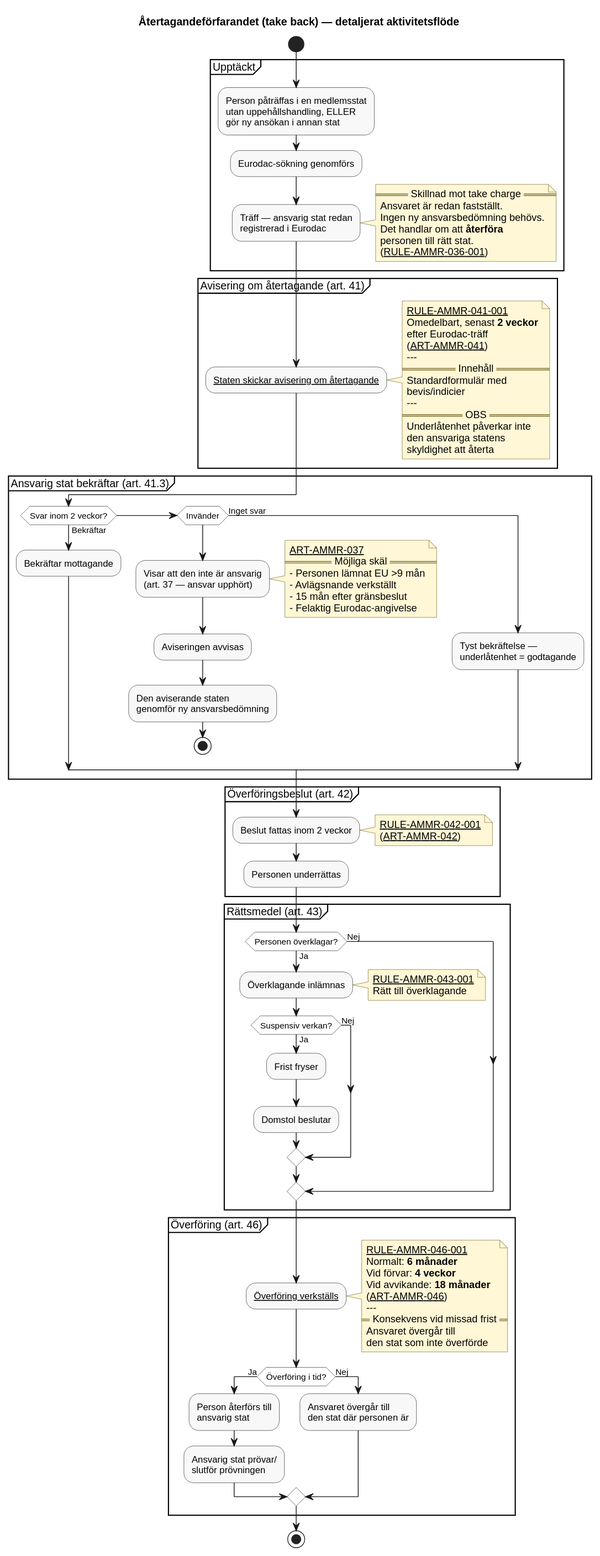
chrhe894/migration_pact keeps this PlantUML diagram as docs/domains/responsibility/diagrams/take-back-procedure.svg. Above is the earlier version. Source of this version:
```plantuml
@startuml
title Återtagandeförfarandet (take back) — detaljerat aktivitetsflöde

skinparam shadowing false
skinparam HyperlinkColor Black
skinparam HyperlinkUnderline true
skinparam defaultFontName Arial
skinparam activity {
  BackgroundColor #F8F8F8
  BorderColor #333333
  DiamondBackgroundColor #FFFFFF
  DiamondBorderColor #333333
}
skinparam note {
  BackgroundColor #FFF7D6
  BorderColor #7A6A2A
}

start

partition "Upptäckt" {
  :Person påträffas i en medlemsstat
  utan uppehållshandling, ELLER
  gör ny ansökan i annan stat;
  :Eurodac-sökning genomförs;
  :Träff — ansvarig stat redan
  registrerad i Eurodac;
  note right
    == Skillnad mot take charge ==
    Ansvaret är redan fastställt.
    Ingen ny ansvarsbedömning behövs.
    Det handlar om att **återföra**
    personen till rätt stat.
    ([[../rules/rule-ammr-036-001.md RULE-AMMR-036-001]])
  end note
}

partition "Avisering om återtagande (art. 41)" {
  :[[../rules/rule-ammr-041-001.md Staten skickar avisering om återtagande]];
  note right
    [[../rules/rule-ammr-041-001.md RULE-AMMR-041-001]]
    Omedelbart, senast **2 veckor**
    efter Eurodac-träff
    ([[../articles/ammr-041.md ART-AMMR-041]])
    ---
    == Innehåll ==
    Standardformulär med
    bevis/indicier
    ---
    == OBS ==
    Underlåtenhet påverkar inte
    den ansvariga statens
    skyldighet att återta
  end note
}

partition "Ansvarig stat bekräftar (art. 41.3)" {
  if (Svar inom 2 veckor?) then (Bekräftar)
    :Bekräftar mottagande;
  elseif (Invänder)
    :Visar att den inte är ansvarig
    (art. 37 — ansvar upphört);
    note right
      [[../articles/ammr-037.md ART-AMMR-037]]
      == Möjliga skäl ==
      - Personen lämnat EU >9 mån
      - Avlägsnande verkställt
      - 15 mån efter gränsbeslut
      - Felaktig Eurodac-angivelse
    end note
    :Aviseringen avvisas;
    :Den aviserande staten
    genomför ny ansvarsbedömning;
    stop
  else (Inget svar)
    :Tyst bekräftelse —
    underlåtenhet = godtagande;
  endif
}

partition "Överföringsbeslut (art. 42)" {
  :Beslut fattas inom 2 veckor;
  note right
    [[../rules/rule-ammr-042-001.md RULE-AMMR-042-001]]
    ([[../articles/ammr-042.md ART-AMMR-042]])
  end note
  :Personen underrättas;
}

partition "Rättsmedel (art. 43)" {
  if (Personen överklagar?) then (Ja)
    :Överklagande inlämnas;
    note right
      [[../rules/rule-ammr-043-001.md RULE-AMMR-043-001]]
      Rätt till överklagande
    end note
    if (Suspensiv verkan?) then (Ja)
      :Frist fryser;
      :Domstol beslutar;
    else (Nej)
    endif
  else (Nej)
  endif
}

partition "Överföring (art. 46)" {
  :[[../rules/rule-ammr-046-001.md Överföring verkställs]];
  note right
    [[../rules/rule-ammr-046-001.md RULE-AMMR-046-001]]
    Normalt: **6 månader**
    Vid förvar: **4 veckor**
    Vid avvikande: **18 månader**
    ([[../articles/ammr-046.md ART-AMMR-046]])
    ---
    == Konsekvens vid missad frist ==
    Ansvaret övergår till
    den stat som inte överförde
  end note

  if (Överföring i tid?) then (Ja)
    :Person återförs till
    ansvarig stat;
    :Ansvarig stat prövar/
    slutför prövningen;
  else (Nej)
    :Ansvaret övergår till
    den stat där personen är;
  endif
}

stop
@enduml
```
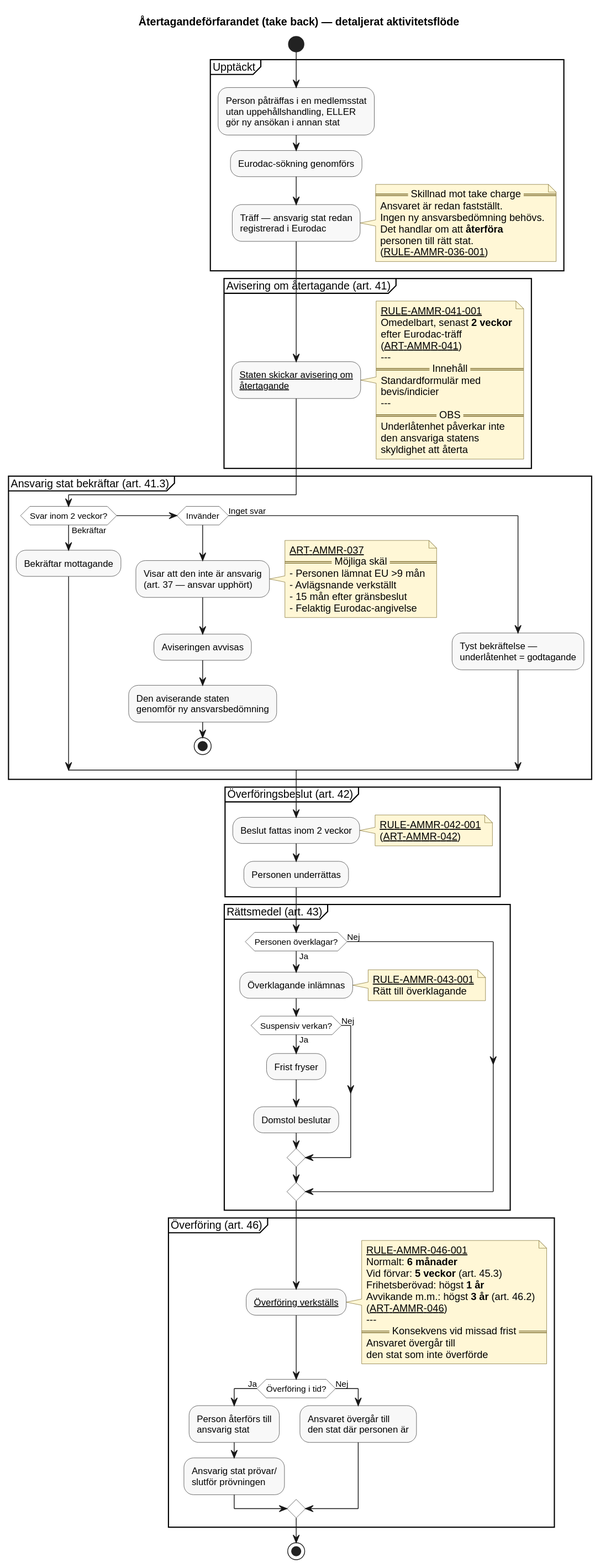
After the change.

Diff of the diagram source:
```diff
@@ -36,7 +36,7 @@
 }
 
 partition "Avisering om återtagande (art. 41)" {
-  :[[../rules/rule-ammr-041-001.md Staten skickar avisering om återtagande]];
+  :[[../rules/rule-ammr-041-001.md Staten skickar avisering om\nåtertagande]];
   note right
     [[../rules/rule-ammr-041-001.md RULE-AMMR-041-001]]
     Omedelbart, senast **2 veckor**
@@ -108,8 +108,9 @@
   note right
     [[../rules/rule-ammr-046-001.md RULE-AMMR-046-001]]
     Normalt: **6 månader**
-    Vid förvar: **4 veckor**
-    Vid avvikande: **18 månader**
+    Vid förvar: **5 veckor** (art. 45.3)
+    Frihetsberövad: högst **1 år**
+    Avvikande m.m.: högst **3 år** (art. 46.2)
     ([[../articles/ammr-046.md ART-AMMR-046]])
     ---
     == Konsekvens vid missad frist ==
```
